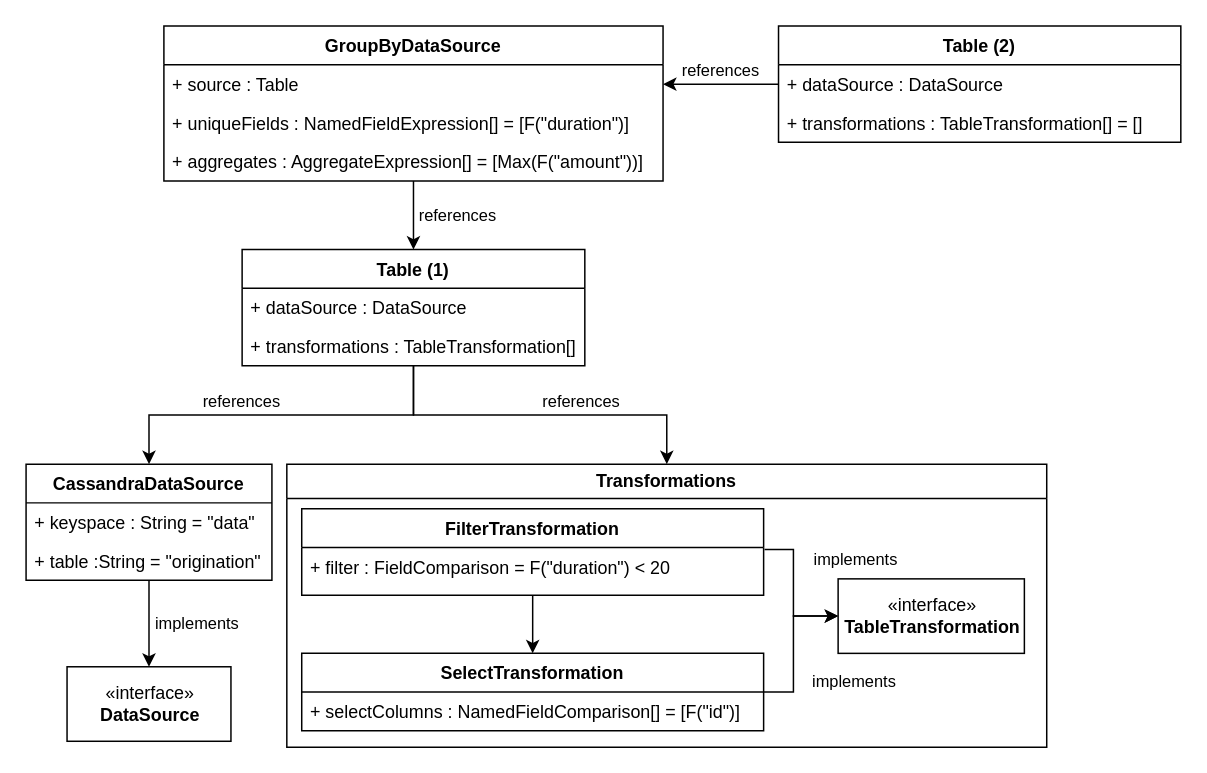
This is report/chapters/diagrams/implementation/group-by-query.drawio from oliver-little/final-year-project, a draw.io file, before an edit. Source tidied: cells renumbered, new cells numbered last; positions are measured from the earlier drawing's top-left corner, leaving out a move shared by most shapes. Both pictures are drawn from the tidied source at 149%, with x=0, y=0 at pixel (25, 25).
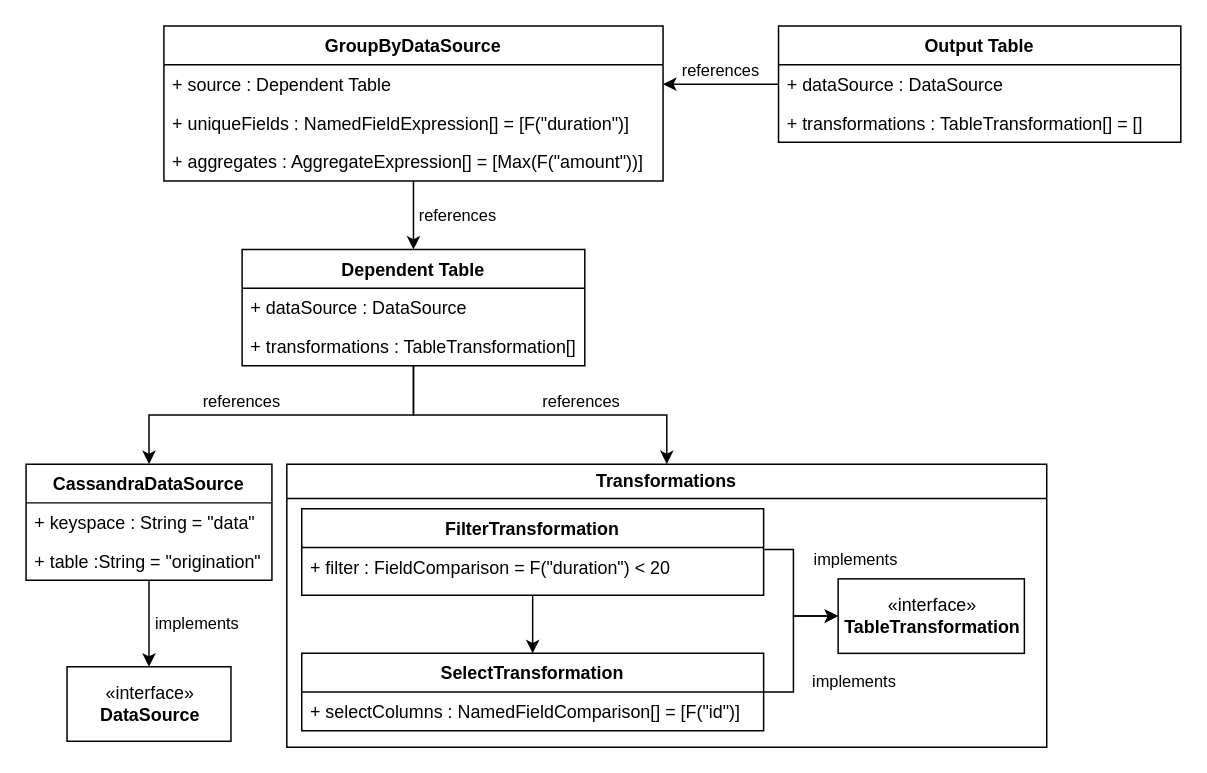
Above is the later version.

The change refers to these unchanged cells:
```xml
<mxCell id="22" value="GroupByDataSource" style="swimlane;fontStyle=1;horizontal=1;startSize=26;fillColor=none;" parent="1" vertex="1">
  <mxGeometry x="92.5" width="335" height="104" as="geometry" />
</mxCell>
```

The edit, as a diff of the source:
```diff
@@
-    <mxCell id="18" value="Table (1)" style="swimlane;fontStyle=1;horizontal=1;startSize=26;fillColor=none;" parent="1" vertex="1">
+    <mxCell id="18" value="Dependent Table" style="swimlane;fontStyle=1;horizontal=1;startSize=26;fillColor=none;" parent="1" vertex="1">
       <mxGeometry x="145" y="150" width="230" height="78" as="geometry" />
     </mxCell>
@@
-    <mxCell id="23" value="+ source : Table" style="text;strokeColor=none;fillColor=none;align=left;verticalAlign=top;spacingLeft=4;spacingRight=4;overflow=hidden;points=[[0,0.5],[1,0.5]];portConstraint=eastwest;" parent="22" vertex="1">
+    <mxCell id="23" value="+ source : Dependent Table" style="text;strokeColor=none;fillColor=none;align=left;verticalAlign=top;spacingLeft=4;spacingRight=4;overflow=hidden;points=[[0,0.5],[1,0.5]];portConstraint=eastwest;" parent="22" vertex="1">
       <mxGeometry y="26" width="335" height="26" as="geometry" />
     </mxCell>
@@
-    <mxCell id="26" value="Table (2)" style="swimlane;fontStyle=1;horizontal=1;startSize=26;fillColor=none;" parent="1" vertex="1">
+    <mxCell id="26" value="Output Table" style="swimlane;fontStyle=1;horizontal=1;startSize=26;fillColor=none;" parent="1" vertex="1">
       <mxGeometry x="505" width="270" height="78" as="geometry" />
     </mxCell>
```
